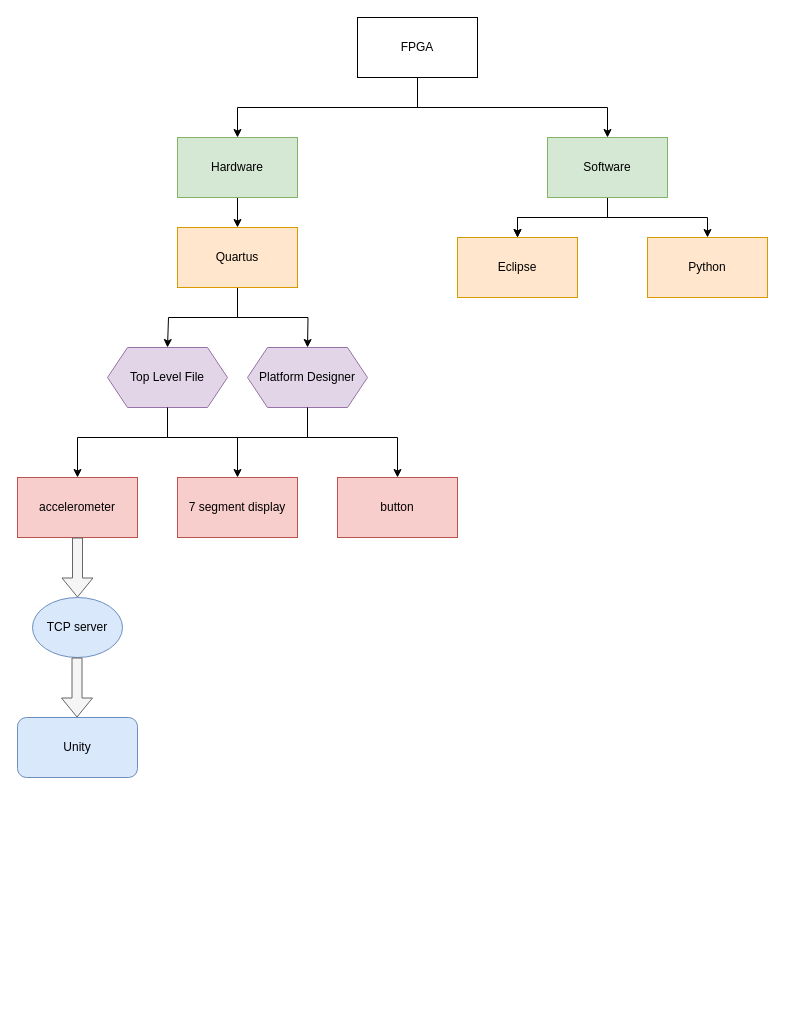
Above: FPGA.drawio in qiqipan23/Information-Processing (draw.io), before the change. Source tidied: cells renumbered, new cells numbered last; positions are measured from the earlier drawing's top-left corner, leaving out a move shared by most shapes. Both pictures are drawn from the tidied source at 100%, with x=0, y=0 at pixel (17, 17).
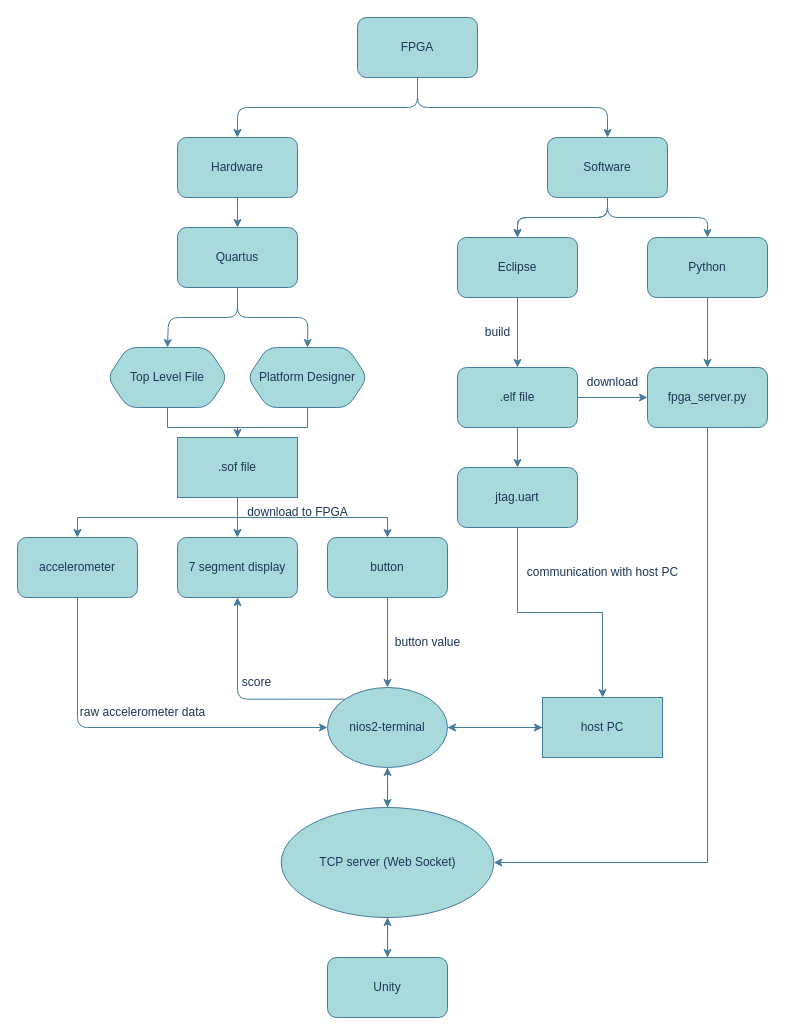
After the change.

Change to the diagram source:
```diff
@@
-    <mxCell id="2" style="edgeStyle=orthogonalEdgeStyle;rounded=0;jettySize=auto;html=1;" parent="1" edge="1" source="4" target="6">
+    <mxCell id="2" style="edgeStyle=orthogonalEdgeStyle;rounded=1;jettySize=auto;html=1;labelBackgroundColor=none;strokeColor=#457B9D;fontColor=default;" parent="1" edge="1" source="4" target="6">
       <mxGeometry relative="1" as="geometry">
         <Array as="points">
           <mxPoint x="400" y="90" />
           <mxPoint x="220" y="90" />
         </Array>
       </mxGeometry>
     </mxCell>
-    <mxCell id="3" style="edgeStyle=orthogonalEdgeStyle;rounded=0;jettySize=auto;html=1;exitX=0.5;exitY=1;exitDx=0;exitDy=0;" parent="1" edge="1" source="4" target="10">
+    <mxCell id="3" style="edgeStyle=orthogonalEdgeStyle;rounded=1;jettySize=auto;html=1;exitX=0.5;exitY=1;exitDx=0;exitDy=0;labelBackgroundColor=none;strokeColor=#457B9D;fontColor=default;" parent="1" edge="1" source="4" target="10">
       <mxGeometry relative="1" as="geometry" />
     </mxCell>
-    <mxCell id="4" value="FPGA" style="rounded=0;whiteSpace=wrap;html=1;" parent="1" vertex="1">
+    <mxCell id="4" value="FPGA" style="rounded=1;whiteSpace=wrap;html=1;fillColor=#A8DADC;fontColor=#1D3557;strokeColor=#457B9D;labelBackgroundColor=none;" parent="1" vertex="1">
       <mxGeometry x="340" width="120" height="60" as="geometry" />
     </mxCell>
-    <mxCell id="5" style="edgeStyle=orthogonalEdgeStyle;rounded=0;jettySize=auto;html=1;" parent="1" edge="1" source="6" target="13">
+    <mxCell id="5" style="edgeStyle=orthogonalEdgeStyle;rounded=1;jettySize=auto;html=1;labelBackgroundColor=none;strokeColor=#457B9D;fontColor=default;" parent="1" edge="1" source="6" target="13">
       <mxGeometry relative="1" as="geometry" />
     </mxCell>
-    <mxCell id="6" value="Hardware" style="rounded=0;whiteSpace=wrap;html=1;fillColor=#d5e8d4;strokeColor=#82b366;" parent="1" vertex="1">
+    <mxCell id="6" value="Hardware" style="rounded=1;whiteSpace=wrap;html=1;fillColor=#A8DADC;strokeColor=#457B9D;labelBackgroundColor=none;fontColor=#1D3557;" parent="1" vertex="1">
       <mxGeometry x="160" y="120" width="120" height="60" as="geometry" />
     </mxCell>
-    <mxCell id="7" style="edgeStyle=orthogonalEdgeStyle;rounded=0;jettySize=auto;html=1;" parent="1" edge="1" source="10" target="14">
+    <mxCell id="7" style="edgeStyle=orthogonalEdgeStyle;rounded=1;jettySize=auto;html=1;labelBackgroundColor=none;strokeColor=#457B9D;fontColor=default;" parent="1" edge="1" source="10" target="14">
       <mxGeometry relative="1" as="geometry" />
     </mxCell>
-    <mxCell id="8" style="edgeStyle=orthogonalEdgeStyle;rounded=0;jettySize=auto;html=1;" parent="1" edge="1" source="10" target="14">
+    <mxCell id="8" style="edgeStyle=orthogonalEdgeStyle;rounded=1;jettySize=auto;html=1;labelBackgroundColor=none;strokeColor=#457B9D;fontColor=default;" parent="1" edge="1" source="10" target="14">
       <mxGeometry relative="1" as="geometry" />
     </mxCell>
-    <mxCell id="9" style="edgeStyle=orthogonalEdgeStyle;rounded=0;jettySize=auto;html=1;exitX=0.5;exitY=1;exitDx=0;exitDy=0;" parent="1" edge="1" source="10" target="15">
+    <mxCell id="9" style="edgeStyle=orthogonalEdgeStyle;rounded=1;jettySize=auto;html=1;exitX=0.5;exitY=1;exitDx=0;exitDy=0;labelBackgroundColor=none;strokeColor=#457B9D;fontColor=default;" parent="1" edge="1" source="10" target="15">
       <mxGeometry relative="1" as="geometry" />
     </mxCell>
-    <mxCell id="10" value="Software" style="rounded=0;whiteSpace=wrap;html=1;fillColor=#d5e8d4;strokeColor=#82b366;" parent="1" vertex="1">
+    <mxCell id="10" value="Software" style="rounded=1;whiteSpace=wrap;html=1;fillColor=#A8DADC;strokeColor=#457B9D;labelBackgroundColor=none;fontColor=#1D3557;" parent="1" vertex="1">
       <mxGeometry x="530" y="120" width="120" height="60" as="geometry" />
     </mxCell>
-    <mxCell id="11" style="edgeStyle=orthogonalEdgeStyle;rounded=0;jettySize=auto;html=1;" parent="1" edge="1" source="13">
+    <mxCell id="11" style="edgeStyle=orthogonalEdgeStyle;rounded=1;jettySize=auto;html=1;labelBackgroundColor=none;strokeColor=#457B9D;fontColor=default;" parent="1" edge="1" source="13">
       <mxGeometry relative="1" as="geometry">
         <mxPoint x="150" y="330" as="targetPoint" />
         <Array as="points">
           <mxPoint x="220" y="300" />
           <mxPoint x="151" y="300" />
         </Array>
       </mxGeometry>
     </mxCell>
-    <mxCell id="12" style="edgeStyle=orthogonalEdgeStyle;rounded=0;jettySize=auto;html=1;exitX=0.5;exitY=1;exitDx=0;exitDy=0;" parent="1" edge="1" source="13">
+    <mxCell id="12" style="edgeStyle=orthogonalEdgeStyle;rounded=1;jettySize=auto;html=1;exitX=0.5;exitY=1;exitDx=0;exitDy=0;labelBackgroundColor=none;strokeColor=#457B9D;fontColor=default;" parent="1" edge="1" source="13">
       <mxGeometry relative="1" as="geometry">
         <mxPoint x="290" y="330" as="targetPoint" />
       </mxGeometry>
     </mxCell>
-    <mxCell id="13" value="Quartus" style="rounded=0;whiteSpace=wrap;html=1;fillColor=#ffe6cc;strokeColor=#d79b00;" parent="1" vertex="1">
+    <mxCell id="13" value="Quartus" style="rounded=1;whiteSpace=wrap;html=1;fillColor=#A8DADC;strokeColor=#457B9D;labelBackgroundColor=none;fontColor=#1D3557;" parent="1" vertex="1">
       <mxGeometry x="160" y="210" width="120" height="60" as="geometry" />
     </mxCell>
+    <mxCell id="30" style="edgeStyle=orthogonalEdgeStyle;rounded=1;jettySize=auto;html=1;labelBackgroundColor=none;strokeColor=#457B9D;fontColor=default;" parent="1" edge="1" source="14" target="44">
+      <mxGeometry relative="1" as="geometry" />
+    </mxCell>
-    <mxCell id="14" value="Eclipse" style="rounded=0;whiteSpace=wrap;html=1;fillColor=#ffe6cc;strokeColor=#d79b00;" parent="1" vertex="1">
+    <mxCell id="14" value="Eclipse" style="rounded=1;whiteSpace=wrap;html=1;fillColor=#A8DADC;strokeColor=#457B9D;labelBackgroundColor=none;fontColor=#1D3557;" parent="1" vertex="1">
       <mxGeometry x="440" y="220" width="120" height="60" as="geometry" />
     </mxCell>
+    <mxCell id="31" style="edgeStyle=orthogonalEdgeStyle;rounded=0;jettySize=auto;html=1;strokeColor=#457B9D;fontColor=#1D3557;fillColor=#A8DADC;" parent="1" edge="1" source="15" target="57">
+      <mxGeometry relative="1" as="geometry" />
+    </mxCell>
-    <mxCell id="15" value="Python" style="rounded=0;whiteSpace=wrap;html=1;fillColor=#ffe6cc;strokeColor=#d79b00;" parent="1" vertex="1">
+    <mxCell id="15" value="Python" style="rounded=1;whiteSpace=wrap;html=1;fillColor=#A8DADC;strokeColor=#457B9D;labelBackgroundColor=none;fontColor=#1D3557;" parent="1" vertex="1">
       <mxGeometry x="630" y="220" width="120" height="60" as="geometry" />
     </mxCell>
-    <mxCell id="16" value="7 segment display" style="rounded=0;whiteSpace=wrap;html=1;fillColor=#f8cecc;strokeColor=#b85450;" parent="1" vertex="1">
-      <mxGeometry x="160" y="460" width="120" height="60" as="geometry" />
+    <mxCell id="16" value="7 segment display" style="rounded=1;whiteSpace=wrap;html=1;fillColor=#A8DADC;strokeColor=#457B9D;labelBackgroundColor=none;fontColor=#1D3557;" parent="1" vertex="1">
+      <mxGeometry x="160" y="520" width="120" height="60" as="geometry" />
     </mxCell>
+    <mxCell id="32" style="edgeStyle=orthogonalEdgeStyle;rounded=1;jettySize=auto;html=1;exitX=0.5;exitY=1;exitDx=0;exitDy=0;entryX=0.5;entryY=0;entryDx=0;entryDy=0;labelBackgroundColor=none;strokeColor=#457B9D;fontColor=default;" parent="1" edge="1" source="17" target="50">
+      <mxGeometry relative="1" as="geometry" />
+    </mxCell>
-    <mxCell id="17" value="button" style="whiteSpace=wrap;html=1;rounded=0;fillColor=#f8cecc;strokeColor=#b85450;" parent="1" vertex="1">
-      <mxGeometry x="320" y="460" width="120" height="60" as="geometry" />
+    <mxCell id="17" value="button" style="whiteSpace=wrap;html=1;rounded=1;fillColor=#A8DADC;strokeColor=#457B9D;labelBackgroundColor=none;fontColor=#1D3557;" parent="1" vertex="1">
+      <mxGeometry x="310" y="520" width="120" height="60" as="geometry" />
     </mxCell>
+    <mxCell id="33" style="edgeStyle=orthogonalEdgeStyle;rounded=1;jettySize=auto;html=1;exitX=0.5;exitY=1;exitDx=0;exitDy=0;entryX=0;entryY=0.5;entryDx=0;entryDy=0;labelBackgroundColor=none;strokeColor=#457B9D;fontColor=default;" parent="1" edge="1" source="18" target="50">
+      <mxGeometry relative="1" as="geometry" />
+    </mxCell>
-    <mxCell id="18" value="accelerometer" style="whiteSpace=wrap;html=1;rounded=0;fillColor=#f8cecc;strokeColor=#b85450;" parent="1" vertex="1">
-      <mxGeometry y="460" width="120" height="60" as="geometry" />
+    <mxCell id="18" value="accelerometer" style="whiteSpace=wrap;html=1;rounded=1;fillColor=#A8DADC;strokeColor=#457B9D;labelBackgroundColor=none;fontColor=#1D3557;" parent="1" vertex="1">
+      <mxGeometry y="520" width="120" height="60" as="geometry" />
     </mxCell>
-    <mxCell id="19" style="edgeStyle=orthogonalEdgeStyle;rounded=0;jettySize=auto;html=1;entryX=0.5;entryY=0;entryDx=0;entryDy=0;" parent="1" edge="1" source="20" target="18">
-      <mxGeometry relative="1" as="geometry">
-        <Array as="points">
-          <mxPoint x="150" y="420" />
-          <mxPoint x="60" y="420" />
-        </Array>
-      </mxGeometry>
-    </mxCell>
+    <mxCell id="34" style="edgeStyle=orthogonalEdgeStyle;rounded=0;jettySize=auto;html=1;entryX=0.5;entryY=0;entryDx=0;entryDy=0;strokeColor=#457B9D;fontColor=#1D3557;fillColor=#A8DADC;" parent="1" edge="1" source="20" target="61">
+      <mxGeometry relative="1" as="geometry" />
+    </mxCell>
-    <mxCell id="20" value="Top Level File" style="shape=hexagon;perimeter=hexagonPerimeter2;whiteSpace=wrap;html=1;fixedSize=1;fillColor=#e1d5e7;strokeColor=#9673a6;" parent="1" vertex="1">
+    <mxCell id="20" value="Top Level File" style="shape=hexagon;perimeter=hexagonPerimeter2;whiteSpace=wrap;html=1;fixedSize=1;fillColor=#A8DADC;strokeColor=#457B9D;labelBackgroundColor=none;fontColor=#1D3557;rounded=1;" parent="1" vertex="1">
       <mxGeometry x="90" y="330" width="120" height="60" as="geometry" />
     </mxCell>
-    <mxCell id="21" style="edgeStyle=orthogonalEdgeStyle;rounded=0;jettySize=auto;html=1;entryX=0.5;entryY=0;entryDx=0;entryDy=0;" parent="1" edge="1" source="22" target="17">
-      <mxGeometry relative="1" as="geometry">
-        <Array as="points">
-          <mxPoint x="290" y="420" />
-          <mxPoint x="380" y="420" />
-        </Array>
-      </mxGeometry>
-    </mxCell>
+    <mxCell id="35" style="edgeStyle=orthogonalEdgeStyle;rounded=0;jettySize=auto;html=1;strokeColor=#457B9D;fontColor=#1D3557;fillColor=#A8DADC;" parent="1" edge="1" source="22">
+      <mxGeometry relative="1" as="geometry">
+        <mxPoint x="220" y="430" as="targetPoint" />
+        <Array as="points">
+          <mxPoint x="290" y="410" />
+          <mxPoint x="220" y="410" />
+        </Array>
+      </mxGeometry>
+    </mxCell>
-    <mxCell id="22" value="Platform Designer" style="shape=hexagon;perimeter=hexagonPerimeter2;whiteSpace=wrap;html=1;fixedSize=1;fillColor=#e1d5e7;strokeColor=#9673a6;" parent="1" vertex="1">
+    <mxCell id="22" value="Platform Designer" style="shape=hexagon;perimeter=hexagonPerimeter2;whiteSpace=wrap;html=1;fixedSize=1;fillColor=#A8DADC;strokeColor=#457B9D;labelBackgroundColor=none;fontColor=#1D3557;rounded=1;" parent="1" vertex="1">
       <mxGeometry x="230" y="330" width="120" height="60" as="geometry" />
     </mxCell>
-    <mxCell id="23" style="endArrow=none;html=1;rounded=0;exitX=0.5;exitY=1;exitDx=0;exitDy=0;entryX=0.5;entryY=1;entryDx=0;entryDy=0;" parent="1" edge="1" source="20" target="22">
-      <mxGeometry relative="1" as="geometry">
-        <Array as="points">
-          <mxPoint x="150" y="420" />
-          <mxPoint x="290" y="420" />
-        </Array>
-      </mxGeometry>
-    </mxCell>
-    <mxCell id="24" style="endArrow=classic;html=1;rounded=0;entryX=0.5;entryY=0;entryDx=0;entryDy=0;" parent="1" edge="1" target="16">
-      <mxGeometry relative="1" as="geometry">
-        <mxPoint x="220" y="420" as="sourcePoint" />
-      </mxGeometry>
-    </mxCell>
-    <mxCell id="25" style="shape=flexArrow;endArrow=classic;html=1;rounded=0;exitX=0.5;exitY=1;exitDx=0;exitDy=0;fillColor=#f5f5f5;strokeColor=#666666;" parent="1" edge="1" source="18">
-      <mxGeometry relative="1" as="geometry">
-        <mxPoint x="60" y="580" as="targetPoint" />
-      </mxGeometry>
-    </mxCell>
+    <mxCell id="36" style="edgeStyle=orthogonalEdgeStyle;rounded=1;jettySize=auto;html=1;entryX=0.5;entryY=0;entryDx=0;entryDy=0;labelBackgroundColor=none;strokeColor=#457B9D;fontColor=default;" parent="1" edge="1" source="26" target="29">
+      <mxGeometry relative="1" as="geometry" />
+    </mxCell>
+    <mxCell id="37" style="edgeStyle=orthogonalEdgeStyle;rounded=0;jettySize=auto;html=1;strokeColor=#457B9D;fontColor=#1D3557;fillColor=#A8DADC;" parent="1" edge="1" source="26">
+      <mxGeometry relative="1" as="geometry">
+        <mxPoint x="370" y="750" as="targetPoint" />
+      </mxGeometry>
+    </mxCell>
-    <mxCell id="26" value="TCP server" style="ellipse;whiteSpace=wrap;html=1;fillColor=#dae8fc;strokeColor=#6c8ebf;" parent="1" vertex="1">
-      <mxGeometry x="15" y="580" width="90" height="60" as="geometry" />
+    <mxCell id="26" value="TCP server (Web Socket)" style="ellipse;whiteSpace=wrap;html=1;fillColor=#A8DADC;strokeColor=#457B9D;labelBackgroundColor=none;fontColor=#1D3557;rounded=1;" parent="1" vertex="1">
+      <mxGeometry x="263.8" y="790" width="212.5" height="110" as="geometry" />
     </mxCell>
-    <mxCell id="27" style="shape=flexArrow;endArrow=classic;html=1;rounded=0;exitX=0.5;exitY=1;exitDx=0;exitDy=0;fillColor=#f5f5f5;strokeColor=#666666;" parent="1" edge="1">
-      <mxGeometry relative="1" as="geometry">
-        <mxPoint x="59.5" y="640" as="sourcePoint" />
-        <mxPoint x="59.5" y="700" as="targetPoint" />
-      </mxGeometry>
-    </mxCell>
-    <mxCell id="28" style="verticalLabelPosition=bottom;verticalAlign=top;html=1;shape=mxgraph.basic.frame;dx=10;whiteSpace=wrap;" parent="1" vertex="1">
-      <mxGeometry x="10" y="700" width="100" height="60" as="geometry" />
-    </mxCell>
+    <mxCell id="38" style="edgeStyle=orthogonalEdgeStyle;rounded=1;jettySize=auto;html=1;entryX=0.5;entryY=1;entryDx=0;entryDy=0;labelBackgroundColor=none;strokeColor=#457B9D;fontColor=default;" parent="1" edge="1" source="29" target="26">
+      <mxGeometry relative="1" as="geometry" />
+    </mxCell>
-    <mxCell id="29" value="Unity" style="rounded=1;whiteSpace=wrap;html=1;fillColor=#dae8fc;strokeColor=#6c8ebf;" parent="1" vertex="1">
-      <mxGeometry y="700" width="120" height="60" as="geometry" />
+    <mxCell id="29" value="Unity" style="rounded=1;whiteSpace=wrap;html=1;fillColor=#A8DADC;strokeColor=#457B9D;labelBackgroundColor=none;fontColor=#1D3557;" parent="1" vertex="1">
+      <mxGeometry x="310" y="940" width="120" height="60" as="geometry" />
     </mxCell>
+    <mxCell id="39" value="score" style="text;html=1;align=center;verticalAlign=middle;strokeColor=none;fillColor=none;labelBackgroundColor=none;fontColor=#1D3557;rounded=1;" parent="1" vertex="1">
+      <mxGeometry x="213.8" y="650" width="50" height="30" as="geometry" />
+    </mxCell>
+    <mxCell id="40" value="raw accelerometer data" style="text;html=1;align=center;verticalAlign=middle;strokeColor=none;fillColor=none;labelBackgroundColor=none;fontColor=#1D3557;rounded=1;" parent="1" vertex="1">
+      <mxGeometry x="50" y="680" width="150" height="30" as="geometry" />
+    </mxCell>
+    <mxCell id="41" value="button value" style="text;html=1;align=center;verticalAlign=middle;strokeColor=none;fillColor=none;labelBackgroundColor=none;fontColor=#1D3557;rounded=1;" parent="1" vertex="1">
+      <mxGeometry x="365" y="610" width="90" height="30" as="geometry" />
+    </mxCell>
+    <mxCell id="42" style="edgeStyle=orthogonalEdgeStyle;rounded=1;jettySize=auto;html=1;entryX=0.5;entryY=0;entryDx=0;entryDy=0;labelBackgroundColor=none;strokeColor=#457B9D;fontColor=default;" parent="1" edge="1" source="44" target="52">
+      <mxGeometry relative="1" as="geometry" />
+    </mxCell>
+    <mxCell id="43" style="edgeStyle=orthogonalEdgeStyle;rounded=0;jettySize=auto;html=1;exitX=1;exitY=0.5;exitDx=0;exitDy=0;entryX=0;entryY=0.5;entryDx=0;entryDy=0;strokeColor=#457B9D;fontColor=#1D3557;fillColor=#A8DADC;" parent="1" edge="1" source="44" target="57">
+      <mxGeometry relative="1" as="geometry" />
+    </mxCell>
+    <mxCell id="44" value=".elf file" style="rounded=1;whiteSpace=wrap;html=1;fillColor=#A8DADC;strokeColor=#457B9D;labelBackgroundColor=none;fontColor=#1D3557;" parent="1" vertex="1">
+      <mxGeometry x="440" y="350" width="120" height="60" as="geometry" />
+    </mxCell>
+    <mxCell id="45" value="download" style="text;html=1;align=center;verticalAlign=middle;strokeColor=none;fillColor=none;labelBackgroundColor=none;fontColor=#1D3557;rounded=1;" parent="1" vertex="1">
+      <mxGeometry x="560" y="350" width="70" height="30" as="geometry" />
+    </mxCell>
+    <mxCell id="46" value="build" style="text;html=1;align=center;verticalAlign=middle;strokeColor=none;fillColor=none;labelBackgroundColor=none;fontColor=#1D3557;rounded=1;" parent="1" vertex="1">
+      <mxGeometry x="455" y="300" width="50" height="30" as="geometry" />
+    </mxCell>
+    <mxCell id="47" style="edgeStyle=orthogonalEdgeStyle;rounded=1;jettySize=auto;html=1;exitX=0.5;exitY=1;exitDx=0;exitDy=0;entryX=0.5;entryY=0;entryDx=0;entryDy=0;labelBackgroundColor=none;strokeColor=#457B9D;fontColor=default;" parent="1" edge="1" source="50" target="26">
+      <mxGeometry relative="1" as="geometry" />
+    </mxCell>
+    <mxCell id="48" style="edgeStyle=orthogonalEdgeStyle;rounded=1;jettySize=auto;html=1;exitX=0;exitY=0;exitDx=0;exitDy=0;entryX=0.5;entryY=1;entryDx=0;entryDy=0;labelBackgroundColor=none;strokeColor=#457B9D;fontColor=default;" parent="1" edge="1" source="50" target="16">
+      <mxGeometry relative="1" as="geometry" />
+    </mxCell>
+    <mxCell id="49" style="edgeStyle=orthogonalEdgeStyle;rounded=0;jettySize=auto;html=1;exitX=1;exitY=0.5;exitDx=0;exitDy=0;entryX=0;entryY=0.5;entryDx=0;entryDy=0;strokeColor=#457B9D;fontColor=#1D3557;fillColor=#A8DADC;" parent="1" edge="1" source="50" target="55">
+      <mxGeometry relative="1" as="geometry" />
+    </mxCell>
+    <mxCell id="50" value="nios2-terminal" style="ellipse;whiteSpace=wrap;html=1;fillColor=#A8DADC;strokeColor=#457B9D;labelBackgroundColor=none;fontColor=#1D3557;rounded=1;" parent="1" vertex="1">
+      <mxGeometry x="310" y="670" width="120" height="80" as="geometry" />
+    </mxCell>
+    <mxCell id="51" style="edgeStyle=orthogonalEdgeStyle;rounded=0;jettySize=auto;html=1;entryX=0.5;entryY=0;entryDx=0;entryDy=0;strokeColor=#457B9D;fontColor=#1D3557;fillColor=#A8DADC;" parent="1" edge="1" source="52" target="55">
+      <mxGeometry relative="1" as="geometry" />
+    </mxCell>
+    <mxCell id="52" value="jtag.uart" style="rounded=1;whiteSpace=wrap;html=1;fillColor=#A8DADC;strokeColor=#457B9D;labelBackgroundColor=none;fontColor=#1D3557;" parent="1" vertex="1">
+      <mxGeometry x="440" y="450" width="120" height="60" as="geometry" />
+    </mxCell>
+    <mxCell id="53" value="communication with host PC" style="text;html=1;align=center;verticalAlign=middle;strokeColor=none;fillColor=none;labelBackgroundColor=none;fontColor=#1D3557;rounded=1;" parent="1" vertex="1">
+      <mxGeometry x="500" y="540" width="170" height="30" as="geometry" />
+    </mxCell>
+    <mxCell id="54" style="edgeStyle=orthogonalEdgeStyle;rounded=0;jettySize=auto;html=1;entryX=1;entryY=0.5;entryDx=0;entryDy=0;strokeColor=#457B9D;fontColor=#1D3557;fillColor=#A8DADC;" parent="1" edge="1" source="55" target="50">
+      <mxGeometry relative="1" as="geometry" />
+    </mxCell>
+    <mxCell id="55" value="host PC" style="whiteSpace=wrap;html=1;strokeColor=#457B9D;fontColor=#1D3557;fillColor=#A8DADC;" parent="1" vertex="1">
+      <mxGeometry x="525" y="680" width="120" height="60" as="geometry" />
+    </mxCell>
+    <mxCell id="56" style="edgeStyle=orthogonalEdgeStyle;rounded=0;jettySize=auto;html=1;exitX=0.5;exitY=1;exitDx=0;exitDy=0;entryX=1;entryY=0.5;entryDx=0;entryDy=0;strokeColor=#457B9D;fontColor=#1D3557;fillColor=#A8DADC;" parent="1" edge="1" source="57" target="26">
+      <mxGeometry relative="1" as="geometry" />
+    </mxCell>
+    <mxCell id="57" value="fpga_server.py" style="whiteSpace=wrap;html=1;fillColor=#A8DADC;strokeColor=#457B9D;fontColor=#1D3557;rounded=1;labelBackgroundColor=none;" parent="1" vertex="1">
+      <mxGeometry x="630" y="350" width="120" height="60" as="geometry" />
+    </mxCell>
+    <mxCell id="58" style="edgeStyle=orthogonalEdgeStyle;rounded=0;jettySize=auto;html=1;entryX=0.5;entryY=0;entryDx=0;entryDy=0;strokeColor=#457B9D;fontColor=#1D3557;fillColor=#A8DADC;" parent="1" edge="1" source="61" target="16">
+      <mxGeometry relative="1" as="geometry" />
+    </mxCell>
+    <mxCell id="59" style="edgeStyle=orthogonalEdgeStyle;rounded=0;jettySize=auto;html=1;exitX=0.5;exitY=1;exitDx=0;exitDy=0;entryX=0.5;entryY=0;entryDx=0;entryDy=0;strokeColor=#457B9D;fontColor=#1D3557;fillColor=#A8DADC;" parent="1" edge="1" source="61" target="18">
+      <mxGeometry relative="1" as="geometry" />
+    </mxCell>
+    <mxCell id="60" style="edgeStyle=orthogonalEdgeStyle;rounded=0;jettySize=auto;html=1;exitX=0.5;exitY=1;exitDx=0;exitDy=0;entryX=0.5;entryY=0;entryDx=0;entryDy=0;strokeColor=#457B9D;fontColor=#1D3557;fillColor=#A8DADC;" parent="1" edge="1" source="61" target="17">
+      <mxGeometry relative="1" as="geometry" />
+    </mxCell>
+    <mxCell id="61" value=".sof file" style="rounded=0;whiteSpace=wrap;html=1;strokeColor=#457B9D;fontColor=#1D3557;fillColor=#A8DADC;" parent="1" vertex="1">
+      <mxGeometry x="160" y="420" width="120" height="60" as="geometry" />
+    </mxCell>
+    <mxCell id="62" value="download to FPGA" style="text;html=1;align=center;verticalAlign=middle;strokeColor=none;fillColor=none;labelBackgroundColor=none;fontColor=#1D3557;rounded=1;" parent="1" vertex="1">
+      <mxGeometry x="220" y="480" width="120" height="30" as="geometry" />
+    </mxCell>
```
